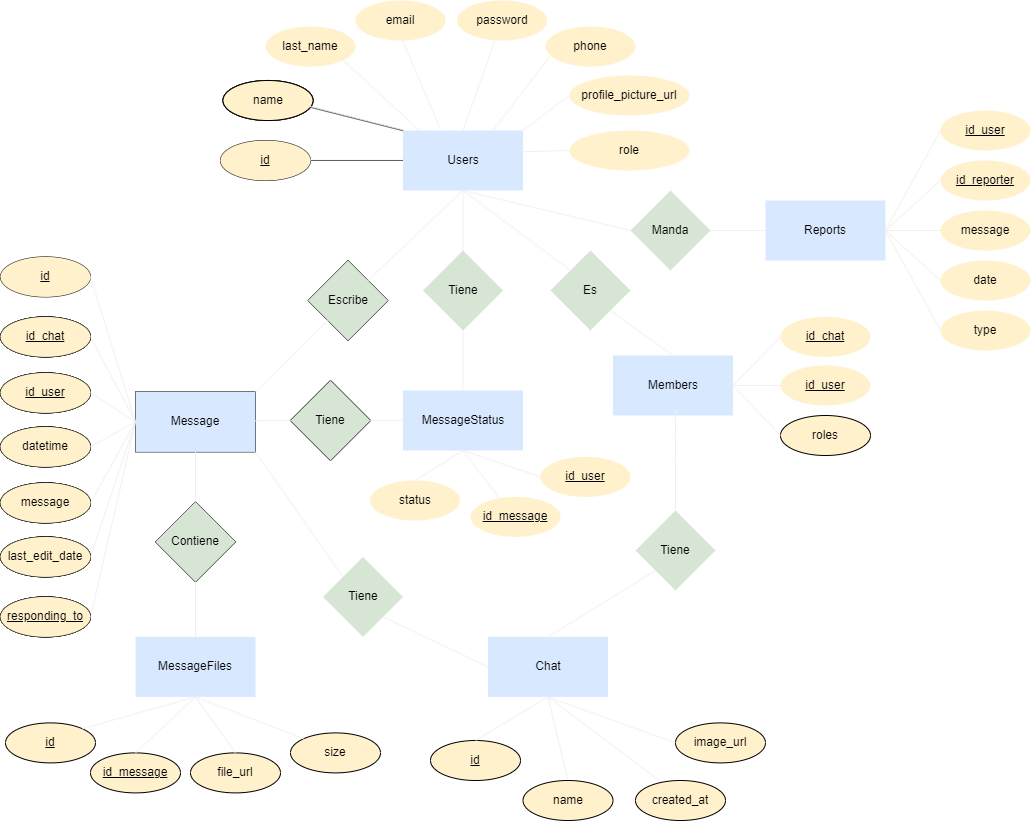
Before: assets/ER-Model.png, a diagram exported from draw.io (benjahuenchunir/React_Madrid_frontend). Source tidied: cells renumbered, new cells last; positions are measured from the earlier drawing's top-left corner, leaving out a move shared by most shapes.
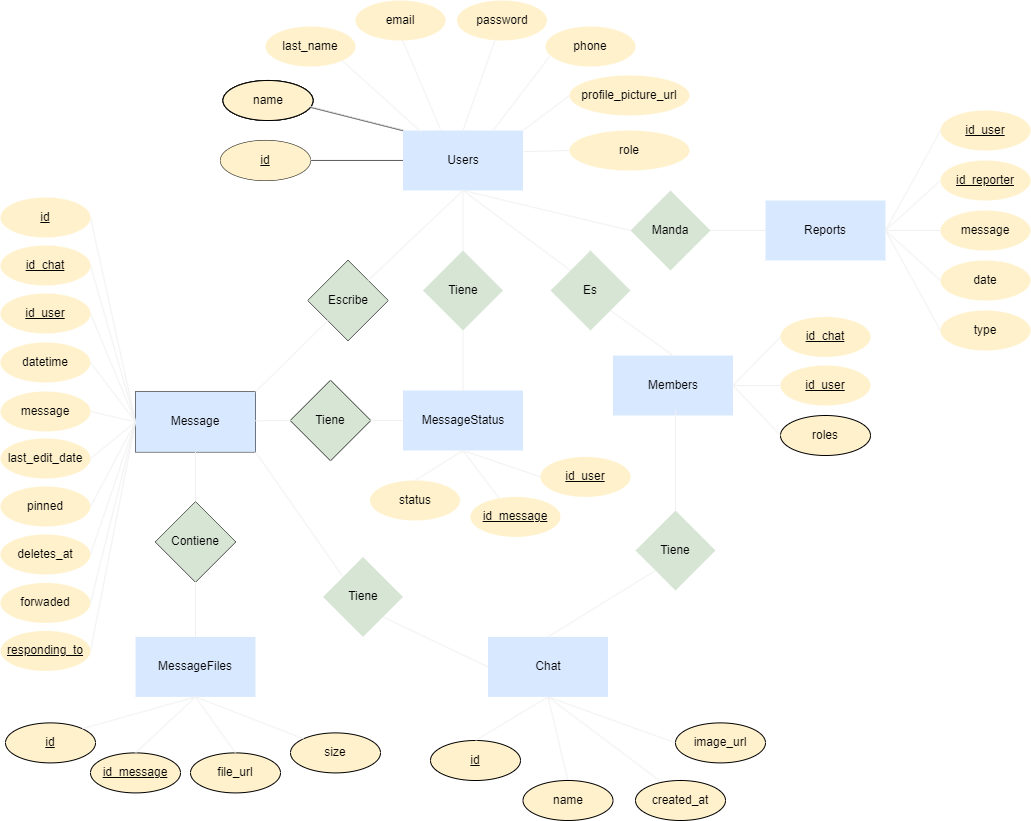
After the change.

What changed in the source:
```diff
@@ -38,39 +38,24 @@
     <mxCell id="13" style="endArrow=none;html=1;rounded=0;entryX=0.5;entryY=1;entryDx=0;entryDy=0;exitX=1;exitY=0;exitDx=0;exitDy=0;fontColor=#000000;strokeColor=#F0F0F0;" parent="1" edge="1" source="11" target="5">
       <mxGeometry relative="1" as="geometry" />
     </mxCell>
-    <mxCell id="14" style="rounded=0;jettySize=auto;html=1;exitX=0;exitY=0.5;exitDx=0;exitDy=0;entryX=1;entryY=0.5;entryDx=0;entryDy=0;strokeColor=#F0F0F0;endArrow=none;endFill=0;fontColor=#000000;" parent="1" edge="1" source="15" target="24">
+    <mxCell id="14" style="rounded=0;jettySize=auto;html=1;exitX=0;exitY=0.5;exitDx=0;exitDy=0;entryX=1;entryY=0.5;entryDx=0;entryDy=0;strokeColor=#F0F0F0;endArrow=none;endFill=0;fontColor=#000000;" parent="1" edge="1" source="15" target="133">
       <mxGeometry relative="1" as="geometry" />
     </mxCell>
     <mxCell id="15" value="Message" style="rounded=0;whiteSpace=wrap;html=1;fontColor=#000000;fillColor=#D8E8FF;" parent="1" vertex="1">
       <mxGeometry x="135" y="391.4" width="120" height="60" as="geometry" />
     </mxCell>
-    <mxCell id="16" value="&lt;u&gt;id_user&lt;/u&gt;" style="ellipse;whiteSpace=wrap;html=1;fontColor=#000000;fillColor=#D7E5D5;" parent="1" vertex="1">
-      <mxGeometry y="372.4" width="90" height="40" as="geometry" />
-    </mxCell>
-    <mxCell id="17" value="datetime" style="ellipse;whiteSpace=wrap;html=1;fontColor=#000000;fillColor=#D7E5D5;" parent="1" vertex="1">
-      <mxGeometry y="426.4" width="90" height="40" as="geometry" />
-    </mxCell>
-    <mxCell id="18" value="message" style="ellipse;whiteSpace=wrap;html=1;fontColor=#000000;fillColor=#D7E5D5;" parent="1" vertex="1">
-      <mxGeometry y="482.4" width="90" height="40" as="geometry" />
-    </mxCell>
-    <mxCell id="19" value="&lt;u&gt;id_chat&lt;/u&gt;" style="ellipse;whiteSpace=wrap;html=1;fontColor=#000000;fillColor=#D7E5D5;" parent="1" vertex="1">
-      <mxGeometry y="316.4" width="90" height="40" as="geometry" />
-    </mxCell>
-    <mxCell id="20" style="endArrow=none;html=1;rounded=0;exitX=1;exitY=0.5;exitDx=0;exitDy=0;entryX=0;entryY=0.5;entryDx=0;entryDy=0;fontColor=#000000;strokeColor=#F0F0F0;" parent="1" edge="1" source="19" target="15">
+    <mxCell id="20" style="endArrow=none;html=1;rounded=0;exitX=1;exitY=0.5;exitDx=0;exitDy=0;entryX=0;entryY=0.5;entryDx=0;entryDy=0;fontColor=#000000;strokeColor=#F0F0F0;" parent="1" edge="1" source="129" target="15">
       <mxGeometry relative="1" as="geometry" />
     </mxCell>
-    <mxCell id="21" style="endArrow=none;html=1;rounded=0;exitX=1;exitY=0.5;exitDx=0;exitDy=0;entryX=0;entryY=0.5;entryDx=0;entryDy=0;fontColor=#000000;strokeColor=#F0F0F0;" parent="1" edge="1" source="16" target="15">
+    <mxCell id="21" style="endArrow=none;html=1;rounded=0;exitX=1;exitY=0.5;exitDx=0;exitDy=0;entryX=0;entryY=0.5;entryDx=0;entryDy=0;fontColor=#000000;strokeColor=#F0F0F0;" parent="1" edge="1" source="130" target="15">
       <mxGeometry relative="1" as="geometry" />
     </mxCell>
-    <mxCell id="22" style="endArrow=none;html=1;rounded=0;exitX=1;exitY=0.5;exitDx=0;exitDy=0;entryX=0;entryY=0.5;entryDx=0;entryDy=0;fontColor=#000000;strokeColor=#F0F0F0;" parent="1" edge="1" source="17" target="15">
+    <mxCell id="22" style="endArrow=none;html=1;rounded=0;exitX=1;exitY=0.5;exitDx=0;exitDy=0;entryX=0;entryY=0.5;entryDx=0;entryDy=0;fontColor=#000000;strokeColor=#F0F0F0;" parent="1" edge="1" source="131" target="15">
       <mxGeometry relative="1" as="geometry" />
     </mxCell>
-    <mxCell id="23" style="endArrow=none;html=1;rounded=0;exitX=1;exitY=0.5;exitDx=0;exitDy=0;entryX=0;entryY=0.5;entryDx=0;entryDy=0;fontColor=#000000;strokeColor=#F0F0F0;" parent="1" edge="1" source="18" target="15">
+    <mxCell id="23" style="endArrow=none;html=1;rounded=0;exitX=1;exitY=0.5;exitDx=0;exitDy=0;entryX=0;entryY=0.5;entryDx=0;entryDy=0;fontColor=#000000;strokeColor=#F0F0F0;" parent="1" edge="1" source="132" target="15">
       <mxGeometry relative="1" as="geometry" />
     </mxCell>
-    <mxCell id="24" value="last_edit_date" style="ellipse;whiteSpace=wrap;html=1;fontColor=#000000;fillColor=#D7E5D5;" parent="1" vertex="1">
-      <mxGeometry y="536.4" width="90" height="40" as="geometry" />
-    </mxCell>
     <mxCell id="25" value="name" style="ellipse;whiteSpace=wrap;html=1;fontColor=#000000;fillColor=#FFF1CB;" parent="1" vertex="1">
       <mxGeometry x="522.5" y="780" width="90" height="40" as="geometry" />
     </mxCell>
@@ -86,10 +71,7 @@
     <mxCell id="29" style="endArrow=none;html=1;rounded=0;exitX=0.5;exitY=1;exitDx=0;exitDy=0;entryX=0.5;entryY=0;entryDx=0;entryDy=0;fontColor=#000000;strokeColor=#F0F0F0;" parent="1" edge="1" source="12" target="28">
       <mxGeometry relative="1" as="geometry" />
     </mxCell>
-    <mxCell id="30" value="&lt;u&gt;id&lt;/u&gt;" style="ellipse;whiteSpace=wrap;html=1;fontColor=#000000;fillColor=#FFF1CB;" parent="1" vertex="1">
-      <mxGeometry y="256.4" width="90" height="40" as="geometry" />
-    </mxCell>
-    <mxCell id="31" style="endArrow=none;html=1;rounded=0;exitX=1;exitY=0.5;exitDx=0;exitDy=0;entryX=0;entryY=0.5;entryDx=0;entryDy=0;fontColor=#000000;strokeColor=#F0F0F0;" parent="1" edge="1" source="30" target="15">
+    <mxCell id="31" style="endArrow=none;html=1;rounded=0;exitX=1;exitY=0.5;exitDx=0;exitDy=0;entryX=0;entryY=0.5;entryDx=0;entryDy=0;fontColor=#000000;strokeColor=#F0F0F0;" parent="1" edge="1" source="128" target="15">
       <mxGeometry relative="1" as="geometry" />
     </mxCell>
     <mxCell id="32" value="name" style="ellipse;whiteSpace=wrap;html=1;fontColor=#000000;fillColor=#D7E5D5;" parent="1" vertex="1">
@@ -122,10 +104,7 @@
     <mxCell id="41" value="file_url" style="ellipse;whiteSpace=wrap;html=1;fontColor=#000000;fillColor=#FFF1CB;" parent="1" vertex="1">
       <mxGeometry x="190" y="752.4" width="90" height="40" as="geometry" />
     </mxCell>
-    <mxCell id="42" value="&lt;u&gt;responding_to&lt;/u&gt;" style="ellipse;whiteSpace=wrap;html=1;fontColor=#000000;fillColor=#D7E5D5;" parent="1" vertex="1">
-      <mxGeometry y="596.4" width="90" height="40" as="geometry" />
-    </mxCell>
-    <mxCell id="43" style="rounded=0;jettySize=auto;html=1;exitX=0;exitY=0.5;exitDx=0;exitDy=0;entryX=1;entryY=0.5;entryDx=0;entryDy=0;strokeColor=#F0F0F0;endArrow=none;endFill=0;fontColor=#000000;" parent="1" edge="1" source="15" target="42">
+    <mxCell id="43" style="rounded=0;jettySize=auto;html=1;exitX=0;exitY=0.5;exitDx=0;exitDy=0;entryX=1;entryY=0.5;entryDx=0;entryDy=0;strokeColor=#F0F0F0;endArrow=none;endFill=0;fontColor=#000000;" parent="1" edge="1" source="15" target="134">
       <mxGeometry relative="1" as="geometry" />
     </mxCell>
     <mxCell id="44" value="size" style="ellipse;whiteSpace=wrap;html=1;fontColor=#000000;fillColor=#FFF1CB;" parent="1" vertex="1">
@@ -176,45 +155,9 @@
     <mxCell id="59" style="endArrow=none;html=1;rounded=0;exitX=0;exitY=0;exitDx=0;exitDy=0;entryX=1;entryY=1;entryDx=0;entryDy=0;fontColor=#000000;strokeColor=#F0F0F0;" parent="1" edge="1" source="58" target="15">
       <mxGeometry relative="1" as="geometry" />
     </mxCell>
-    <mxCell id="60" value="&lt;u&gt;id_user&lt;/u&gt;" style="ellipse;whiteSpace=wrap;html=1;fontColor=#000000;fillColor=#D7E5D5;" parent="1" vertex="1">
-      <mxGeometry y="372.4" width="90" height="40" as="geometry" />
-    </mxCell>
-    <mxCell id="61" value="datetime" style="ellipse;whiteSpace=wrap;html=1;fontColor=#000000;fillColor=#D7E5D5;" parent="1" vertex="1">
-      <mxGeometry y="426.4" width="90" height="40" as="geometry" />
-    </mxCell>
-    <mxCell id="62" value="message" style="ellipse;whiteSpace=wrap;html=1;fontColor=#000000;fillColor=#D7E5D5;" parent="1" vertex="1">
-      <mxGeometry y="482.4" width="90" height="40" as="geometry" />
-    </mxCell>
-    <mxCell id="63" value="last_edit_date" style="ellipse;whiteSpace=wrap;html=1;fontColor=#000000;fillColor=#D7E5D5;" parent="1" vertex="1">
-      <mxGeometry y="536.4" width="90" height="40" as="geometry" />
-    </mxCell>
-    <mxCell id="64" value="&lt;u&gt;responding_to&lt;/u&gt;" style="ellipse;whiteSpace=wrap;html=1;fontColor=#000000;fillColor=#D7E5D5;" parent="1" vertex="1">
-      <mxGeometry y="596.4" width="90" height="40" as="geometry" />
-    </mxCell>
-    <mxCell id="65" value="&lt;u&gt;id_chat&lt;/u&gt;" style="ellipse;whiteSpace=wrap;html=1;fontColor=#000000;fillColor=#D7E5D5;" parent="1" vertex="1">
-      <mxGeometry y="316.4" width="90" height="40" as="geometry" />
-    </mxCell>
     <mxCell id="66" value="name" style="ellipse;whiteSpace=wrap;html=1;fontColor=#000000;fillColor=#D7E5D5;" parent="1" vertex="1">
       <mxGeometry x="222.5" y="80" width="90" height="40" as="geometry" />
     </mxCell>
-    <mxCell id="67" value="&lt;u&gt;id_user&lt;/u&gt;" style="ellipse;whiteSpace=wrap;html=1;fontColor=#000000;fillColor=#FFF1CB;" parent="1" vertex="1">
-      <mxGeometry y="372.4" width="90" height="40" as="geometry" />
-    </mxCell>
-    <mxCell id="68" value="datetime" style="ellipse;whiteSpace=wrap;html=1;fontColor=#000000;fillColor=#FFF1CB;" parent="1" vertex="1">
-      <mxGeometry y="426.4" width="90" height="40" as="geometry" />
-    </mxCell>
-    <mxCell id="69" value="message" style="ellipse;whiteSpace=wrap;html=1;fontColor=#000000;fillColor=#FFF1CB;" parent="1" vertex="1">
-      <mxGeometry y="482.4" width="90" height="40" as="geometry" />
-    </mxCell>
-    <mxCell id="70" value="last_edit_date" style="ellipse;whiteSpace=wrap;html=1;fontColor=#000000;fillColor=#FFF1CB;" parent="1" vertex="1">
-      <mxGeometry y="536.4" width="90" height="40" as="geometry" />
-    </mxCell>
-    <mxCell id="71" value="&lt;u&gt;responding_to&lt;/u&gt;" style="ellipse;whiteSpace=wrap;html=1;fontColor=#000000;fillColor=#FFF1CB;" parent="1" vertex="1">
-      <mxGeometry y="596.4" width="90" height="40" as="geometry" />
-    </mxCell>
-    <mxCell id="72" value="&lt;u&gt;id_chat&lt;/u&gt;" style="ellipse;whiteSpace=wrap;html=1;fontColor=#000000;fillColor=#FFF1CB;" parent="1" vertex="1">
-      <mxGeometry y="316.4" width="90" height="40" as="geometry" />
-    </mxCell>
     <mxCell id="73" value="&lt;u&gt;id&lt;/u&gt;" style="ellipse;whiteSpace=wrap;html=1;fontColor=#000000;fillColor=#FFF1CB;" parent="1" vertex="1">
       <mxGeometry x="220" y="140" width="90" height="40" as="geometry" />
     </mxCell>
@@ -381,25 +324,25 @@
       <mxGeometry x="185" y="618.4" width="30" height="20" as="geometry" />
     </mxCell>
     <mxCell id="128" value="&lt;u&gt;id&lt;/u&gt;" style="ellipse;whiteSpace=wrap;html=1;fontColor=#000000;fillColor=#FFF1CB;strokeColor=none;" parent="1" vertex="1">
-      <mxGeometry y="256.4" width="90" height="40" as="geometry" />
+      <mxGeometry y="197" width="90" height="40" as="geometry" />
     </mxCell>
     <mxCell id="129" value="&lt;u&gt;id_chat&lt;/u&gt;" style="ellipse;whiteSpace=wrap;html=1;fontColor=#000000;fillColor=#FFF1CB;strokeColor=none;" parent="1" vertex="1">
-      <mxGeometry y="316.4" width="90" height="40" as="geometry" />
+      <mxGeometry y="245" width="90" height="40" as="geometry" />
     </mxCell>
     <mxCell id="130" value="&lt;u&gt;id_user&lt;/u&gt;" style="ellipse;whiteSpace=wrap;html=1;fontColor=#000000;fillColor=#FFF1CB;strokeColor=none;" parent="1" vertex="1">
-      <mxGeometry y="372.4" width="90" height="40" as="geometry" />
+      <mxGeometry y="293" width="90" height="40" as="geometry" />
     </mxCell>
     <mxCell id="131" value="datetime" style="ellipse;whiteSpace=wrap;html=1;fontColor=#000000;fillColor=#FFF1CB;strokeColor=none;" parent="1" vertex="1">
-      <mxGeometry y="426.4" width="90" height="40" as="geometry" />
+      <mxGeometry y="342" width="90" height="40" as="geometry" />
     </mxCell>
     <mxCell id="132" value="message" style="ellipse;whiteSpace=wrap;html=1;fontColor=#000000;fillColor=#FFF1CB;strokeColor=none;" parent="1" vertex="1">
-      <mxGeometry y="482.4" width="90" height="40" as="geometry" />
+      <mxGeometry y="391" width="90" height="40" as="geometry" />
     </mxCell>
     <mxCell id="133" value="last_edit_date" style="ellipse;whiteSpace=wrap;html=1;fontColor=#000000;fillColor=#FFF1CB;strokeColor=none;" parent="1" vertex="1">
-      <mxGeometry y="536.4" width="90" height="40" as="geometry" />
+      <mxGeometry y="438" width="90" height="40" as="geometry" />
     </mxCell>
     <mxCell id="134" value="&lt;u&gt;responding_to&lt;/u&gt;" style="ellipse;whiteSpace=wrap;html=1;fontColor=#000000;fillColor=#FFF1CB;strokeColor=none;" parent="1" vertex="1">
-      <mxGeometry y="596.4" width="90" height="40" as="geometry" />
+      <mxGeometry y="630.4" width="90" height="40" as="geometry" />
     </mxCell>
     <mxCell id="135" value="Message" style="rounded=0;whiteSpace=wrap;html=1;fontColor=#000000;fillColor=#D8E8FF;strokeColor=none;" parent="1" vertex="1">
       <mxGeometry x="135" y="391.4" width="120" height="60" as="geometry" />
@@ -439,5 +382,23 @@
     <mxCell id="144" value="role" style="ellipse;whiteSpace=wrap;html=1;fontColor=#000000;fillColor=#FFF1CB;strokeColor=none;" parent="1" vertex="1">
       <mxGeometry x="569" y="130" width="120" height="40" as="geometry" />
     </mxCell>
+    <mxCell id="145" value="pinned" style="ellipse;whiteSpace=wrap;html=1;fontColor=#000000;fillColor=#FFF1CB;strokeColor=none;" parent="1" vertex="1">
+      <mxGeometry y="486" width="90" height="40" as="geometry" />
+    </mxCell>
+    <mxCell id="146" style="rounded=0;jettySize=auto;html=1;exitX=0;exitY=0.5;exitDx=0;exitDy=0;entryX=1;entryY=0.5;entryDx=0;entryDy=0;strokeColor=#F0F0F0;endArrow=none;endFill=0;fontColor=#000000;" parent="1" edge="1" source="135" target="145">
+      <mxGeometry relative="1" as="geometry" />
+    </mxCell>
+    <mxCell id="147" value="deletes_at" style="ellipse;whiteSpace=wrap;html=1;fontColor=#000000;fillColor=#FFF1CB;strokeColor=none;" parent="1" vertex="1">
+      <mxGeometry y="534" width="90" height="40" as="geometry" />
+    </mxCell>
+    <mxCell id="148" value="forwaded" style="ellipse;whiteSpace=wrap;html=1;fontColor=#000000;fillColor=#FFF1CB;strokeColor=none;" parent="1" vertex="1">
+      <mxGeometry y="582.4" width="90" height="40" as="geometry" />
+    </mxCell>
+    <mxCell id="149" style="rounded=0;jettySize=auto;html=1;exitX=0;exitY=0.5;exitDx=0;exitDy=0;entryX=1;entryY=0.5;entryDx=0;entryDy=0;strokeColor=#F0F0F0;endArrow=none;endFill=0;fontColor=#000000;" parent="1" edge="1" source="135" target="147">
+      <mxGeometry relative="1" as="geometry" />
+    </mxCell>
+    <mxCell id="150" style="rounded=0;jettySize=auto;html=1;exitX=0;exitY=0.5;exitDx=0;exitDy=0;entryX=1;entryY=0.5;entryDx=0;entryDy=0;strokeColor=#F0F0F0;endArrow=none;endFill=0;fontColor=#000000;" parent="1" edge="1" source="135" target="148">
+      <mxGeometry relative="1" as="geometry" />
+    </mxCell>
   </root>
 </mxGraphModel>
```
